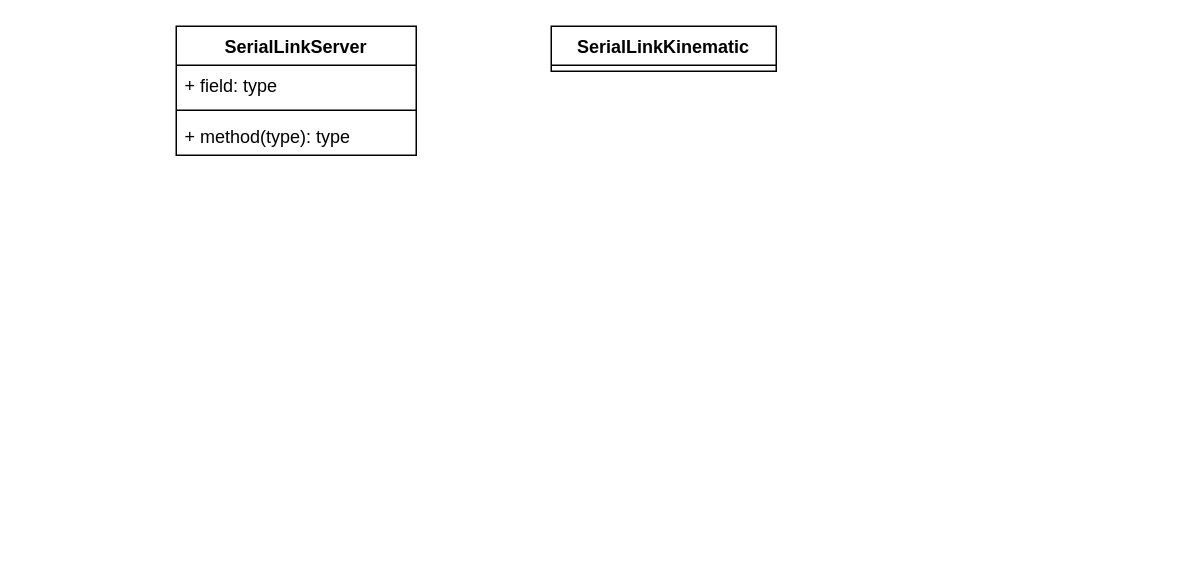
The draw.io diagram ClassDiagrams.drawio in Woolfrey/server_serial_link, before the edit. Source tidied: cells renumbered, new cells numbered last; positions are measured from the earlier drawing's top-left corner, leaving out a move shared by most shapes. Both pictures are drawn from the tidied source at 150%, with x=0, y=0 at pixel (176, 26).
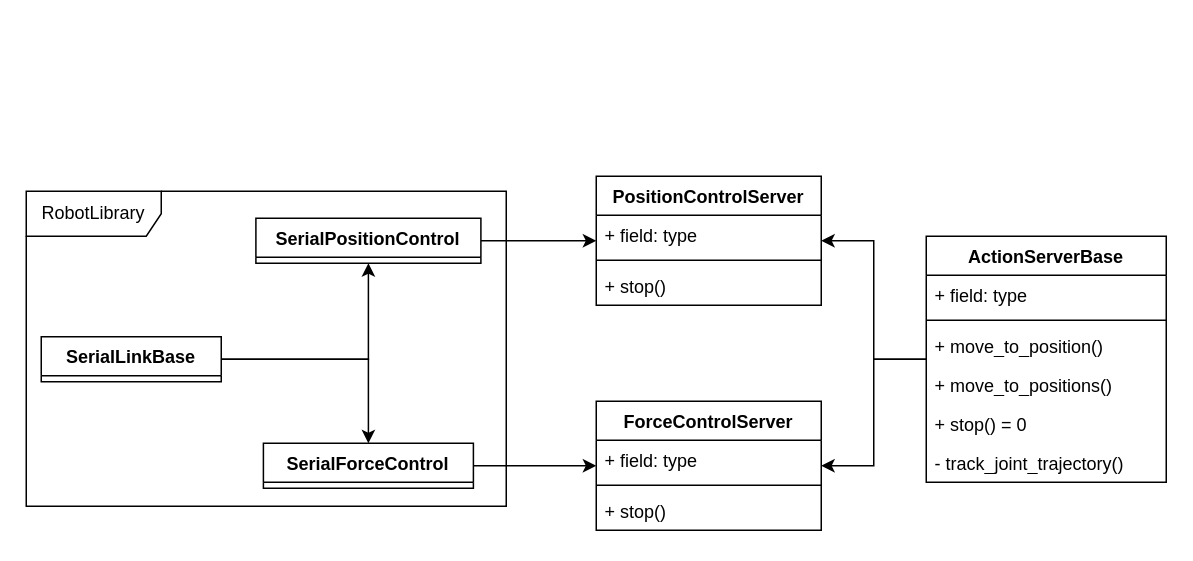
The same page after the edit.

Change to the diagram source:
```diff
@@
+    <mxCell id="7" style="edgeStyle=orthogonalEdgeStyle;rounded=0;jettySize=auto;html=1;" parent="1" edge="1" source="2" target="6">
+      <mxGeometry relative="1" as="geometry" />
+    </mxCell>
+    <mxCell id="8" style="edgeStyle=orthogonalEdgeStyle;rounded=0;jettySize=auto;html=1;" parent="1" edge="1" source="2" target="22">
+      <mxGeometry relative="1" as="geometry" />
+    </mxCell>
-    <mxCell id="2" value="SerialLinkServer" style="swimlane;fontStyle=1;align=center;verticalAlign=top;horizontal=1;startSize=26;whiteSpace=wrap;html=1;" parent="1" vertex="1">
-      <mxGeometry width="160" height="86" as="geometry" />
+    <mxCell id="2" value="ActionServerBase" style="swimlane;fontStyle=1;align=center;verticalAlign=top;horizontal=1;startSize=26;whiteSpace=wrap;html=1;" parent="1" vertex="1">
+      <mxGeometry x="500" y="140" width="160" height="164" as="geometry" />
     </mxCell>
@@
-    <mxCell id="5" value="+ method(type): type" style="text;strokeColor=none;fillColor=none;align=left;verticalAlign=top;spacingLeft=4;spacingRight=4;overflow=hidden;whiteSpace=wrap;html=1;" parent="2" vertex="1">
+    <mxCell id="5" value="+ move_to_position()" style="text;strokeColor=none;fillColor=none;align=left;verticalAlign=top;spacingLeft=4;spacingRight=4;overflow=hidden;whiteSpace=wrap;html=1;" parent="2" vertex="1">
       <mxGeometry y="60" width="160" height="26" as="geometry" />
     </mxCell>
+    <mxCell id="9" value="+ move_to_positions()" style="text;strokeColor=none;fillColor=none;align=left;verticalAlign=top;spacingLeft=4;spacingRight=4;overflow=hidden;whiteSpace=wrap;html=1;" parent="2" vertex="1">
+      <mxGeometry y="86" width="160" height="26" as="geometry" />
+    </mxCell>
+    <mxCell id="10" value="+ stop() = 0" style="text;strokeColor=none;fillColor=none;align=left;verticalAlign=top;spacingLeft=4;spacingRight=4;overflow=hidden;whiteSpace=wrap;html=1;" parent="2" vertex="1">
+      <mxGeometry y="112" width="160" height="26" as="geometry" />
+    </mxCell>
+    <mxCell id="11" value="- track_joint_trajectory()" style="text;strokeColor=none;fillColor=none;align=left;verticalAlign=top;spacingLeft=4;spacingRight=4;overflow=hidden;whiteSpace=wrap;html=1;" parent="2" vertex="1">
+      <mxGeometry y="138" width="160" height="26" as="geometry" />
+    </mxCell>
-    <mxCell id="6" value="SerialLinkKinematic" style="swimlane;fontStyle=1;align=center;verticalAlign=top;horizontal=1;startSize=26;whiteSpace=wrap;html=1;" parent="1" vertex="1" collapsed="1">
-      <mxGeometry x="250" width="150" height="30" as="geometry" />
+    <mxCell id="6" value="PositionControlServer" style="swimlane;fontStyle=1;align=center;verticalAlign=top;horizontal=1;startSize=26;whiteSpace=wrap;html=1;" parent="1" vertex="1">
+      <mxGeometry x="280" y="100" width="150" height="86" as="geometry" />
     </mxCell>
+    <mxCell id="12" value="+ field: type" style="text;strokeColor=none;fillColor=none;align=left;verticalAlign=top;spacingLeft=4;spacingRight=4;overflow=hidden;whiteSpace=wrap;html=1;" parent="6" vertex="1">
+      <mxGeometry y="26" width="150" height="26" as="geometry" />
+    </mxCell>
+    <mxCell id="13" style="line;strokeWidth=1;fillColor=none;align=left;verticalAlign=middle;spacingTop=-1;spacingLeft=3;spacingRight=3;labelPosition=right;strokeColor=inherit;" parent="6" vertex="1">
+      <mxGeometry y="52" width="150" height="8" as="geometry" />
+    </mxCell>
+    <mxCell id="14" value="+ stop()" style="text;strokeColor=none;fillColor=none;align=left;verticalAlign=top;spacingLeft=4;spacingRight=4;overflow=hidden;whiteSpace=wrap;html=1;" parent="6" vertex="1">
+      <mxGeometry y="60" width="150" height="26" as="geometry" />
+    </mxCell>
+    <mxCell id="15" style="edgeStyle=orthogonalEdgeStyle;rounded=0;jettySize=auto;html=1;" parent="1" edge="1" source="17" target="19">
+      <mxGeometry relative="1" as="geometry" />
+    </mxCell>
+    <mxCell id="16" style="edgeStyle=orthogonalEdgeStyle;rounded=0;jettySize=auto;html=1;" parent="1" edge="1" source="17" target="21">
+      <mxGeometry relative="1" as="geometry" />
+    </mxCell>
+    <mxCell id="17" value="SerialLinkBase" style="swimlane;fontStyle=1;align=center;verticalAlign=top;horizontal=1;startSize=26;whiteSpace=wrap;html=1;" parent="1" vertex="1" collapsed="1">
+      <mxGeometry x="-90" y="207" width="120" height="30" as="geometry" />
+    </mxCell>
+    <mxCell id="18" style="edgeStyle=orthogonalEdgeStyle;rounded=0;jettySize=auto;html=1;" parent="1" edge="1" source="19" target="6">
+      <mxGeometry relative="1" as="geometry" />
+    </mxCell>
+    <mxCell id="19" value="SerialPositionControl" style="swimlane;fontStyle=1;align=center;verticalAlign=top;horizontal=1;startSize=26;whiteSpace=wrap;html=1;" parent="1" vertex="1" collapsed="1">
+      <mxGeometry x="53.1" y="128" width="150" height="30" as="geometry" />
+    </mxCell>
+    <mxCell id="20" style="edgeStyle=orthogonalEdgeStyle;rounded=0;jettySize=auto;html=1;" parent="1" edge="1" source="21" target="22">
+      <mxGeometry relative="1" as="geometry" />
+    </mxCell>
+    <mxCell id="21" value="SerialForceControl" style="swimlane;fontStyle=1;align=center;verticalAlign=top;horizontal=1;startSize=26;whiteSpace=wrap;html=1;" parent="1" vertex="1" collapsed="1">
+      <mxGeometry x="58.1" y="278" width="140" height="30" as="geometry" />
+    </mxCell>
+    <mxCell id="22" value="ForceControlServer" style="swimlane;fontStyle=1;align=center;verticalAlign=top;horizontal=1;startSize=26;whiteSpace=wrap;html=1;" parent="1" vertex="1">
+      <mxGeometry x="280" y="250" width="150" height="86" as="geometry" />
+    </mxCell>
+    <mxCell id="23" value="+ field: type" style="text;strokeColor=none;fillColor=none;align=left;verticalAlign=top;spacingLeft=4;spacingRight=4;overflow=hidden;whiteSpace=wrap;html=1;" parent="22" vertex="1">
+      <mxGeometry y="26" width="150" height="26" as="geometry" />
+    </mxCell>
+    <mxCell id="24" style="line;strokeWidth=1;fillColor=none;align=left;verticalAlign=middle;spacingTop=-1;spacingLeft=3;spacingRight=3;labelPosition=right;strokeColor=inherit;" parent="22" vertex="1">
+      <mxGeometry y="52" width="150" height="8" as="geometry" />
+    </mxCell>
+    <mxCell id="25" value="+ stop()" style="text;strokeColor=none;fillColor=none;align=left;verticalAlign=top;spacingLeft=4;spacingRight=4;overflow=hidden;whiteSpace=wrap;html=1;" parent="22" vertex="1">
+      <mxGeometry y="60" width="150" height="26" as="geometry" />
+    </mxCell>
+    <mxCell id="26" value="RobotLibrary" style="shape=umlFrame;whiteSpace=wrap;html=1;width=90;height=30;" parent="1" vertex="1">
+      <mxGeometry x="-100" y="110" width="320" height="210" as="geometry" />
+    </mxCell>
```
